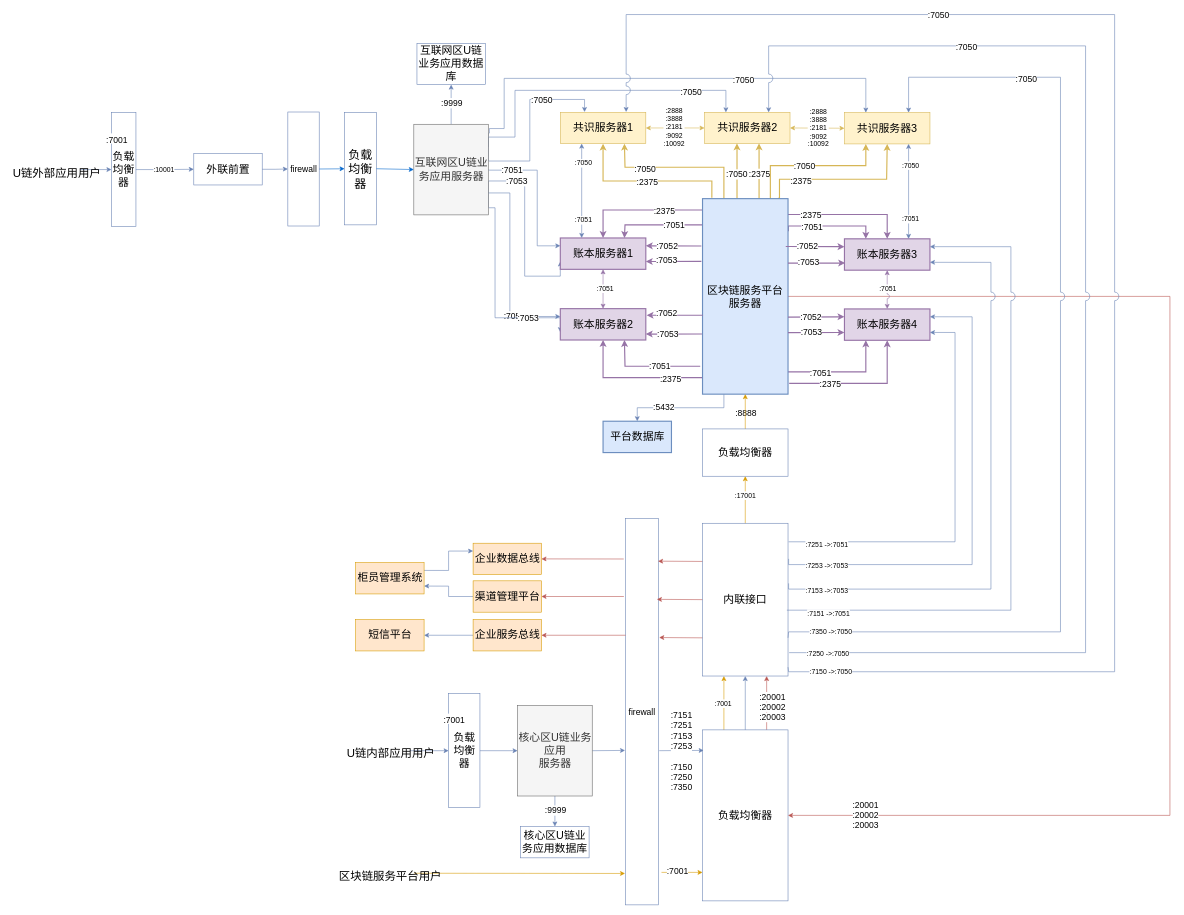
Before: repository/drawio/postb/网络拓扑图.drawio in dilide/collections, a draw.io diagram. Source tidied: cells renumbered, new cells numbered last; positions are measured from the earlier drawing's top-left corner, leaving out a move shared by most shapes. Both pictures are drawn from the tidied source at 57%, with x=0, y=0 at pixel (10, 14).
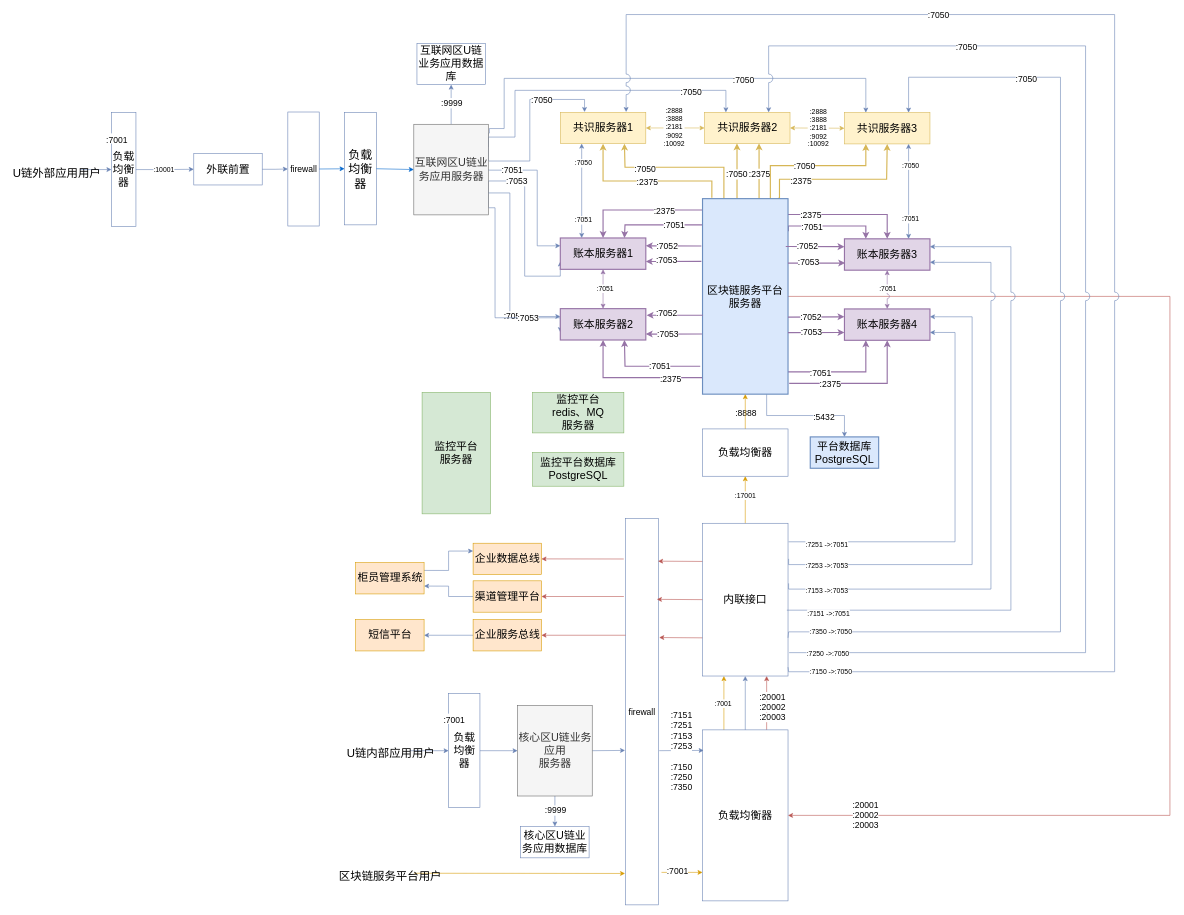
Above is the later version.

Commit message:
Update 网络拓扑图.drawio

Unchanged cells that the change refers to:
```xml
<mxCell id="74" value="区块链服务平台服务器" style="rounded=0;whiteSpace=wrap;html=1;labelBackgroundColor=none;strokeColor=#6c8ebf;fillColor=#dae8fc;fontSize=19;align=center;strokeWidth=2;" parent="1" vertex="1">
  <mxGeometry x="1215" y="323" width="150" height="343" as="geometry" />
</mxCell>
```

Change to the diagram source:
```diff
@@
-    <mxCell id="70" style="edgeStyle=orthogonalEdgeStyle;rounded=0;jumpStyle=arc;jumpSize=15;jettySize=auto;html=1;exitX=0.25;exitY=1;exitDx=0;exitDy=0;entryX=0.5;entryY=0;entryDx=0;entryDy=0;strokeColor=#6881B3;fontSize=15;" parent="1" edge="1" source="74" target="91">
+    <mxCell id="70" style="edgeStyle=orthogonalEdgeStyle;rounded=0;jumpStyle=arc;jumpSize=15;jettySize=auto;html=1;exitX=0.75;exitY=1;exitDx=0;exitDy=0;entryX=0.5;entryY=0;entryDx=0;entryDy=0;strokeColor=#6881B3;fontSize=15;" parent="1" edge="1" source="74" target="91">
       <mxGeometry relative="1" as="geometry" />
     </mxCell>
@@
-    <mxCell id="91" value="平台数据库" style="rounded=0;whiteSpace=wrap;html=1;labelBackgroundColor=none;strokeColor=#6c8ebf;fillColor=#dae8fc;fontSize=19;align=center;strokeWidth=2;" parent="1" vertex="1">
-      <mxGeometry x="1040.5" y="713.5" width="120" height="55" as="geometry" />
+    <mxCell id="91" value="平台数据库&lt;br&gt;PostgreSQL" style="rounded=0;whiteSpace=wrap;html=1;labelBackgroundColor=none;strokeColor=#6c8ebf;fillColor=#dae8fc;fontSize=19;align=center;strokeWidth=2;" parent="1" vertex="1">
+      <mxGeometry x="1404" y="741" width="120" height="55" as="geometry" />
     </mxCell>
@@
+    <mxCell id="163" value="监控平台&lt;br style=&quot;font-size: 19px&quot;&gt;redis、MQ&lt;br style=&quot;font-size: 19px&quot;&gt;服务器" style="rounded=0;whiteSpace=wrap;html=1;fontSize=19;align=center;fillColor=#d5e8d4;strokeColor=#82b366;" parent="1" vertex="1">
+      <mxGeometry x="917" y="663" width="160" height="71" as="geometry" />
+    </mxCell>
+    <mxCell id="164" value="监控平台&lt;br&gt;服务器" style="rounded=0;whiteSpace=wrap;html=1;fontSize=19;align=center;fillColor=#d5e8d4;strokeColor=#82b366;" parent="1" vertex="1">
+      <mxGeometry x="723" y="663" width="120" height="213" as="geometry" />
+    </mxCell>
+    <mxCell id="165" value="监控平台数据库&lt;br&gt;PostgreSQL" style="rounded=0;whiteSpace=wrap;html=1;fontSize=19;align=center;fillColor=#d5e8d4;strokeColor=#82b366;" parent="1" vertex="1">
+      <mxGeometry x="917" y="768.5" width="160" height="59" as="geometry" />
+    </mxCell>
```
